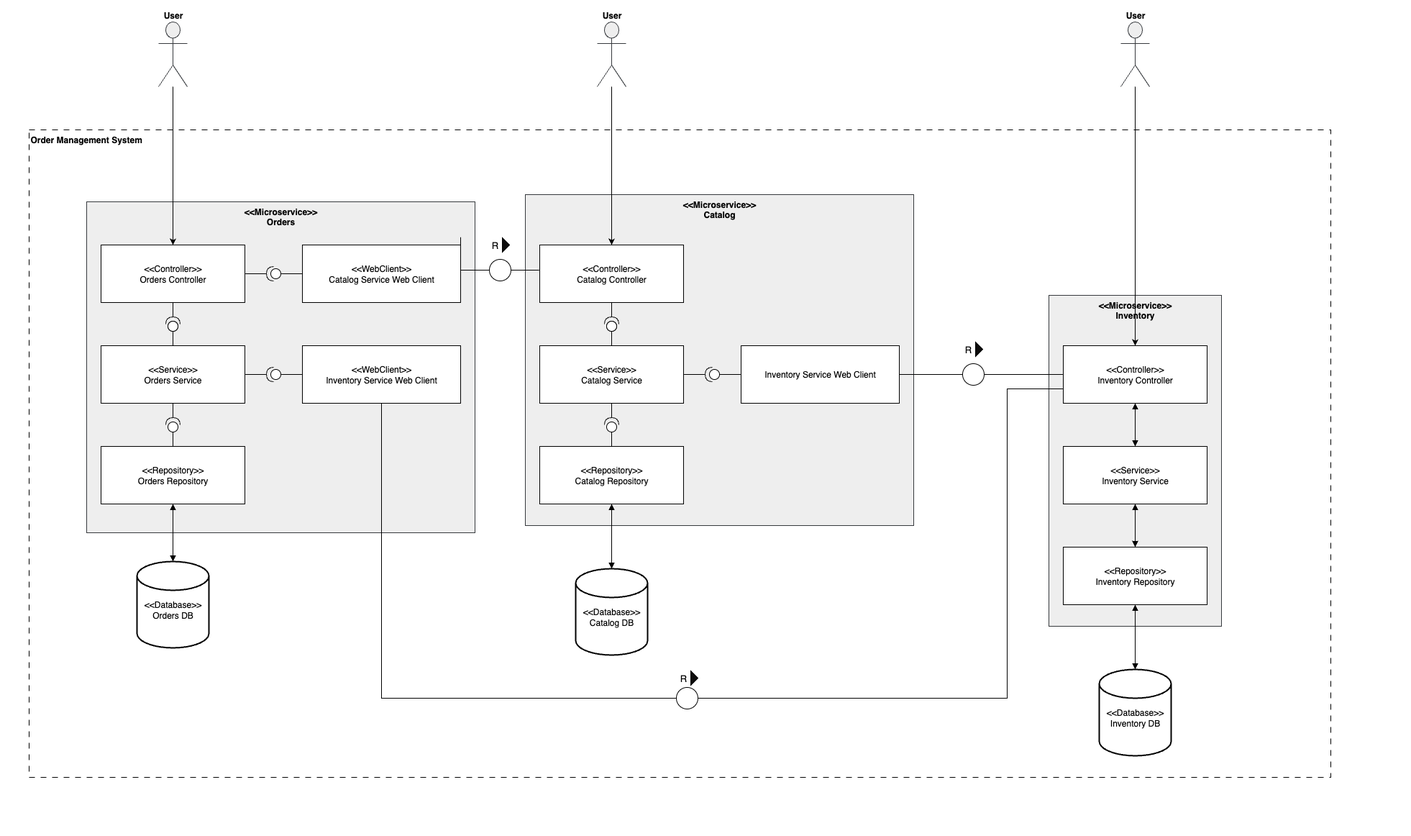
abhitatachar2000/order-management-system keeps this draw.io diagram as docs/images/oms-overview-block-diagram.png. Above is the earlier version. Source tidied: cells renumbered, new cells last; positions are measured from the earlier drawing's top-left corner, leaving out a move shared by most shapes.
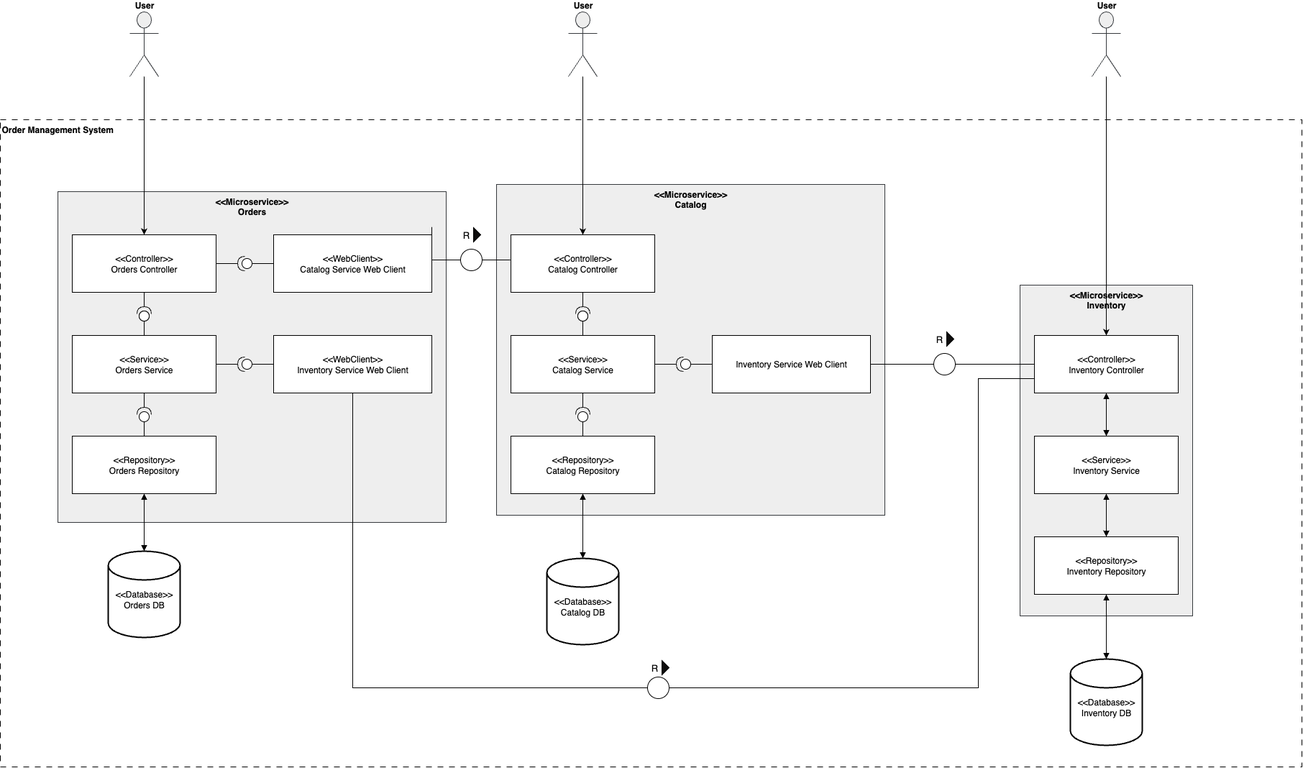
Later version of the same file.

What changed in the source:
```diff
@@ -2,9 +2,6 @@
   <root>
     <mxCell id="0" />
     <mxCell id="1" parent="0" />
-    <mxCell id="2" style="rounded=0;whiteSpace=wrap;html=1;strokeColor=#FFFFFF;" parent="1" vertex="1">
-      <mxGeometry width="1960" height="1160" as="geometry" />
-    </mxCell>
     <mxCell id="3" value="Order Management System" style="rounded=0;whiteSpace=wrap;html=1;dashed=1;dashPattern=8 8;verticalAlign=top;align=left;fontStyle=1;" parent="1" vertex="1">
       <mxGeometry x="40" y="180" width="1810" height="900" as="geometry" />
     </mxCell>
```
